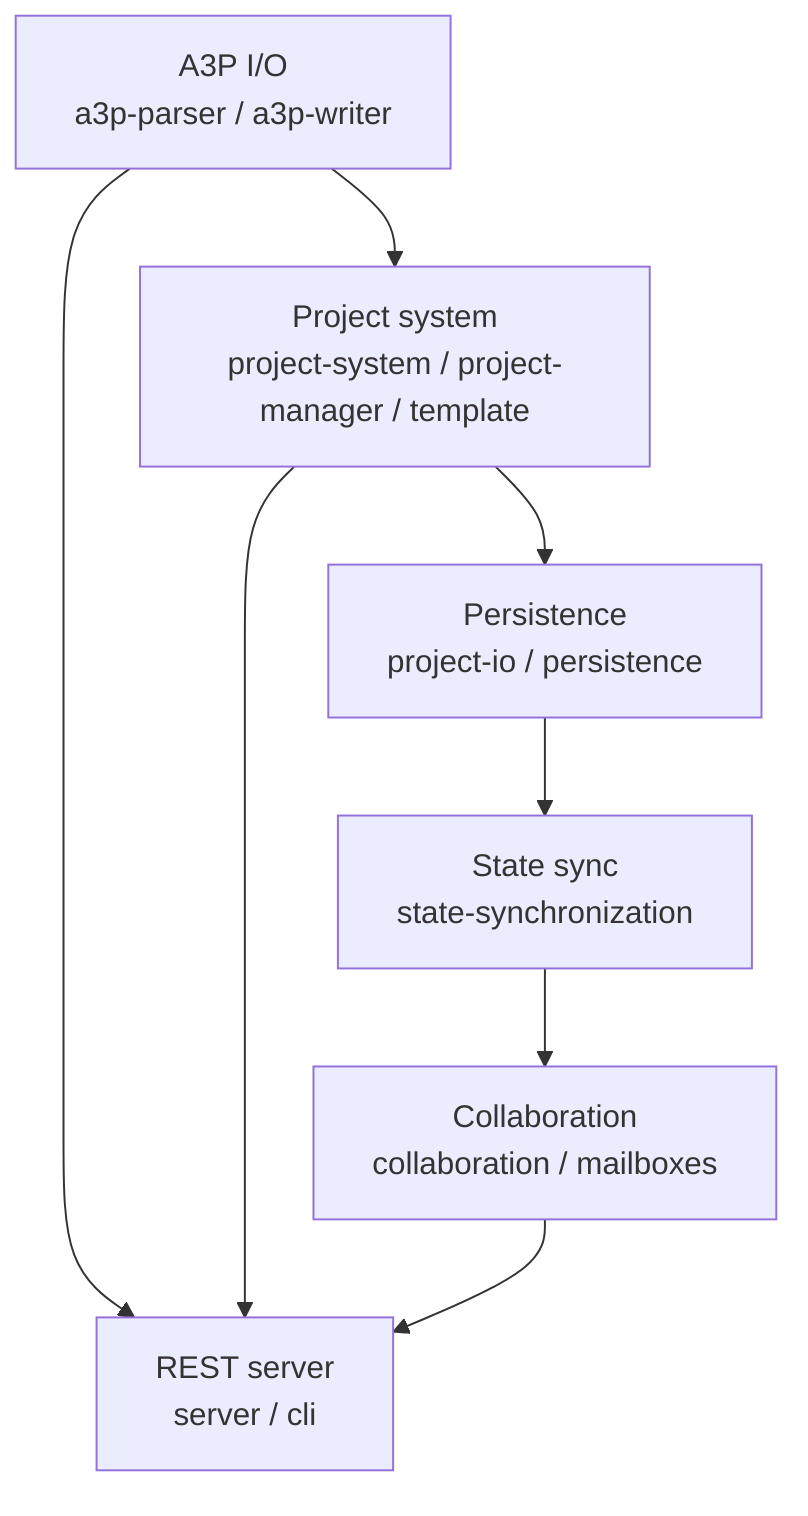
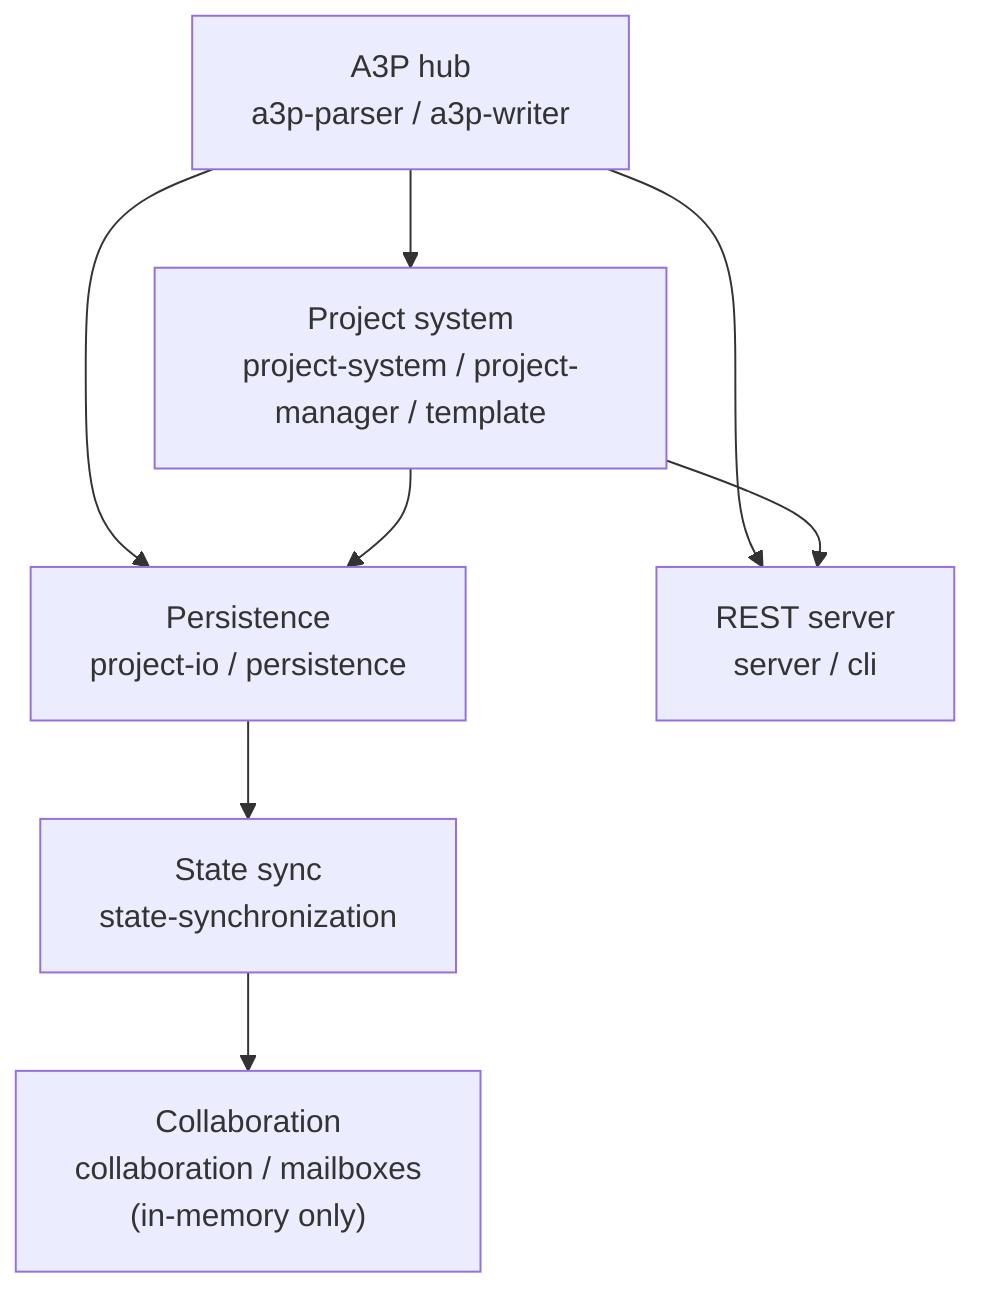
graph TD
-     A3P["A3P I/O
+     A3P["A3P hub
a3p-parser / a3p-writer"] --> ProjectSystem["Project system
project-system / project-manager / template"]
-     ProjectSystem --> Persistence["Persistence
+     A3P --> Persistence["Persistence
project-io / persistence"]
+     ProjectSystem --> Persistence
    Persistence --> Sync["State sync
state-synchronization"]
    Sync --> Collaboration["Collaboration
- collaboration / mailboxes"]
+ collaboration / mailboxes
+ (in-memory only)"]
    A3P --> Server["REST server
server / cli"]
    ProjectSystem --> Server
-     Collaboration --> Server
